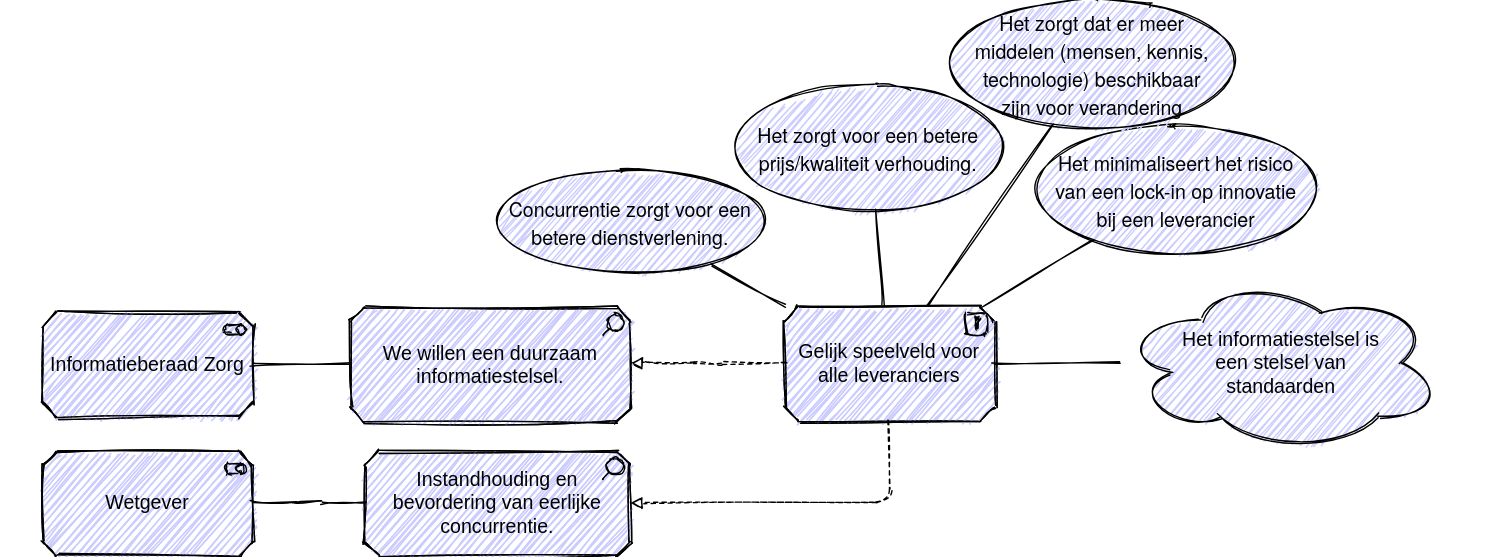
Earlier version of the draw.io export .gitbook/assets/motivation/levelplayingfield.svg (dizra/docs). Source tidied: cells renumbered, new cells last; positions are measured from the earlier drawing's top-left corner, leaving out a move shared by most shapes.
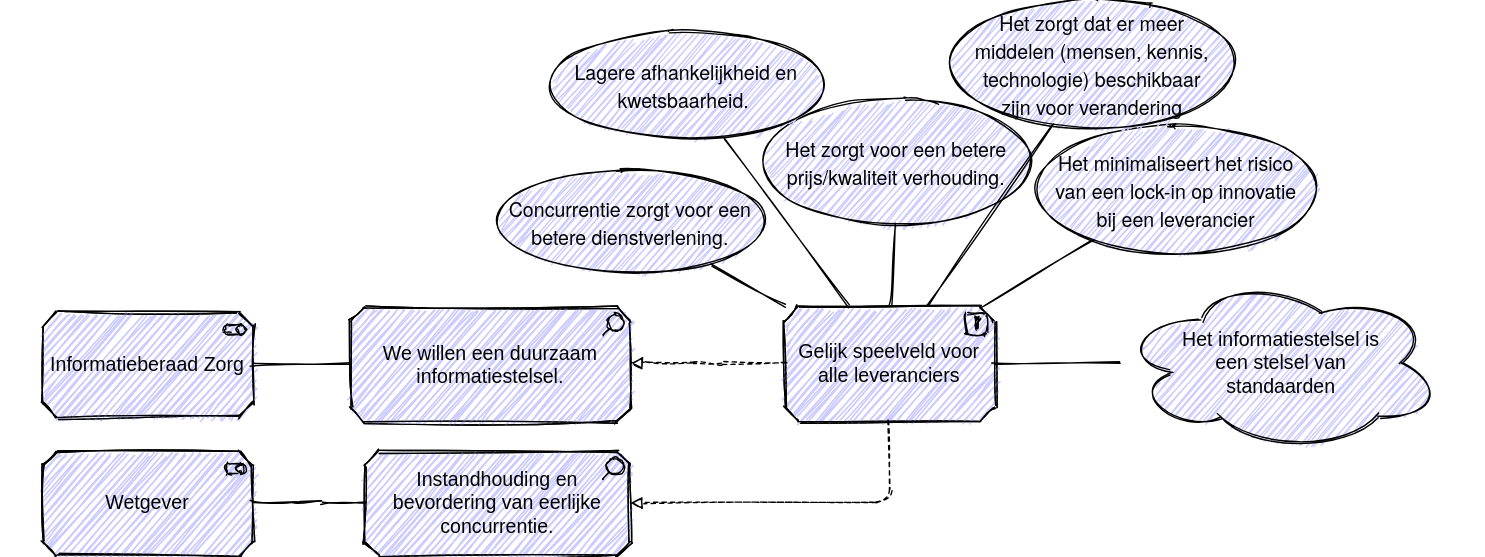
After the commit.

Diff of the diagram source:
```diff
@@ -36,7 +36,7 @@
       <mxGeometry relative="1" as="geometry" />
     </mxCell>
     <mxCell id="13" value="&lt;p class=&quot;p1&quot; style=&quot;margin: 0px ; font-stretch: normal ; font-size: 14px ; line-height: normal ; font-family: &amp;#34;helvetica neue&amp;#34;&quot;&gt;Het zorgt voor een betere prijs/kwaliteit verhouding.&lt;/p&gt;" style="shape=ellipse;html=1;whiteSpace=wrap;fillColor=#CCCCFF;perimeter=ellipsePerimeter;strokeColor=#000000;fontSize=14;fontColor=#000000;spacingLeft=10;spacingRight=10;sketch=1;" parent="1" vertex="1">
-      <mxGeometry x="520" y="60" width="200" height="90" as="geometry" />
+      <mxGeometry x="540" y="70" width="200" height="90" as="geometry" />
     </mxCell>
     <mxCell id="14" style="endArrow=none;html=1;sketch=1;" parent="1" edge="1" source="2" target="13">
       <mxGeometry relative="1" as="geometry" />
@@ -66,5 +66,11 @@
     <mxCell id="21" style="edgeStyle=elbowEdgeStyle;html=1;endArrow=none;elbow=vertical;fontSize=14;sketch=1;" parent="1" edge="1" source="20" target="18">
       <mxGeometry relative="1" as="geometry" />
     </mxCell>
+    <mxCell id="22" value="&lt;p class=&quot;p1&quot; style=&quot;margin: 0px ; font-stretch: normal ; font-size: 14px ; line-height: normal ; font-family: &amp;#34;helvetica neue&amp;#34;&quot;&gt;Lagere afhankelijkheid en kwetsbaarheid.&amp;nbsp;&lt;/p&gt;" style="shape=ellipse;html=1;whiteSpace=wrap;fillColor=#CCCCFF;perimeter=ellipsePerimeter;strokeColor=#000000;fontSize=14;fontColor=#000000;spacingLeft=10;spacingRight=10;sketch=1;" parent="1" vertex="1">
+      <mxGeometry x="390" y="20" width="200" height="80" as="geometry" />
+    </mxCell>
+    <mxCell id="23" style="endArrow=none;html=1;sketch=1;" parent="1" edge="1" source="2" target="22">
+      <mxGeometry relative="1" as="geometry" />
+    </mxCell>
   </root>
 </mxGraphModel>
```
